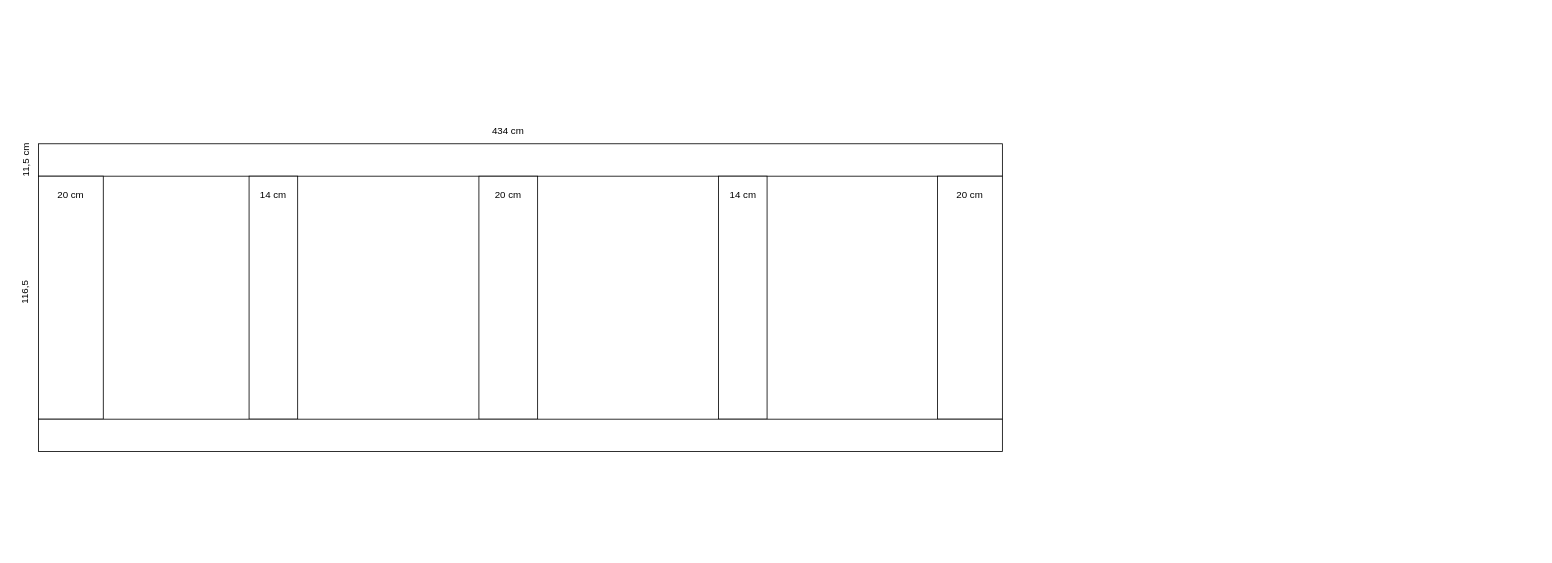
aWuttig/drawio keeps this draw.io diagram as rhombus/Unbenanntes Diagramm.drawio. Above is the earlier version. Source tidied: cells renumbered, new cells numbered last; positions are measured from the earlier drawing's top-left corner, leaving out a move shared by most shapes. Both pictures are drawn from the tidied source at 81%, with x=0, y=0 at pixel (-51, 119).
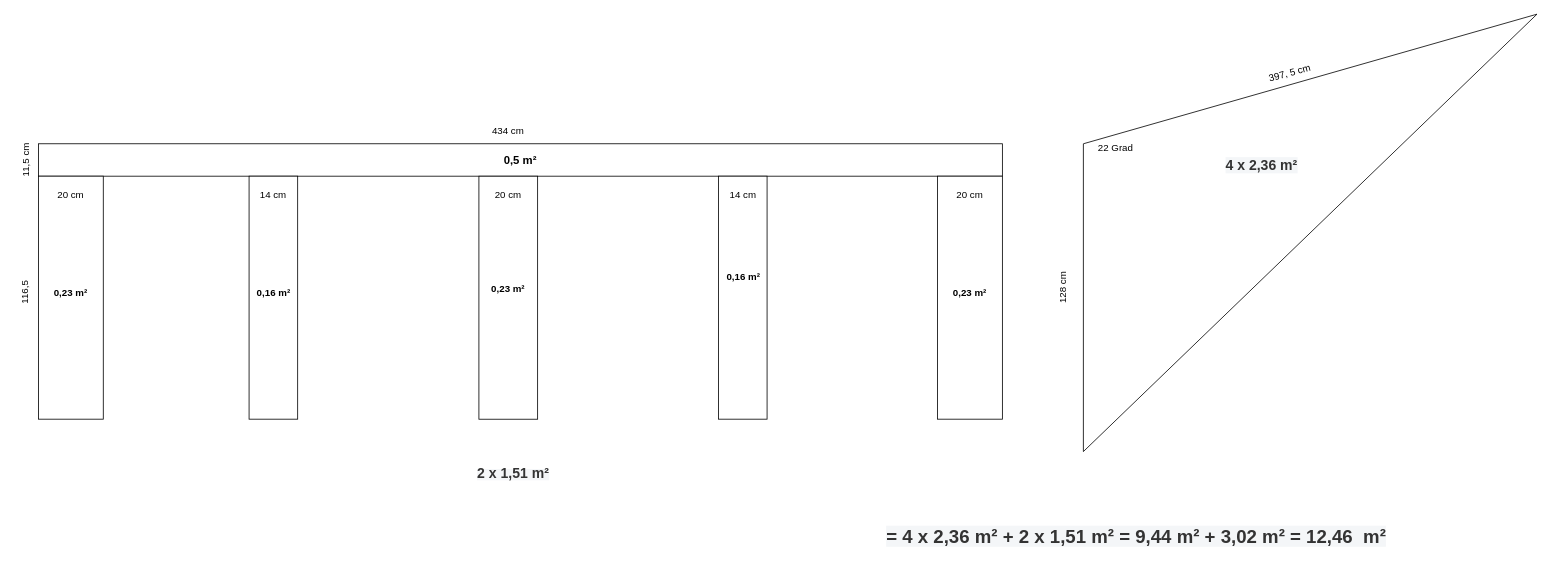
After the change.

Change to the diagram source:
```diff
@@
-    <mxCell id="2" style="rounded=0;whiteSpace=wrap;html=1;" parent="1" vertex="1">
+    <mxCell id="2" value="&lt;b&gt;&lt;font style=&quot;font-size: 14px;&quot;&gt;0,5 m²&lt;/font&gt;&lt;/b&gt;" style="rounded=0;whiteSpace=wrap;html=1;" parent="1" vertex="1">
       <mxGeometry x="110" y="30" width="1190" height="40" as="geometry" />
     </mxCell>
@@
-    <mxCell id="16" style="rounded=0;whiteSpace=wrap;html=1;" parent="1" vertex="1">
-      <mxGeometry x="110" y="370" width="1190" height="40" as="geometry" />
-    </mxCell>
+    <mxCell id="17" value="128 cm" style="text;html=1;align=center;verticalAlign=middle;whiteSpace=wrap;rounded=0;rotation=-90;" parent="1" vertex="1">
+      <mxGeometry x="1350" y="195" width="50" height="25" as="geometry" />
+    </mxCell>
+    <mxCell id="18" style="endArrow=none;html=1;rounded=0;" parent="1" edge="1">
+      <mxGeometry relative="1" as="geometry">
+        <mxPoint x="1400" y="410" as="sourcePoint" />
+        <mxPoint x="1400" y="30" as="targetPoint" />
+      </mxGeometry>
+    </mxCell>
+    <mxCell id="19" style="endArrow=none;html=1;rounded=0;" parent="1" edge="1">
+      <mxGeometry relative="1" as="geometry">
+        <mxPoint x="1400" y="410" as="sourcePoint" />
+        <mxPoint x="1960" y="-130" as="targetPoint" />
+      </mxGeometry>
+    </mxCell>
+    <mxCell id="20" style="endArrow=none;html=1;rounded=0;" parent="1" edge="1">
+      <mxGeometry relative="1" as="geometry">
+        <mxPoint x="1400" y="30" as="sourcePoint" />
+        <mxPoint x="1960" y="-130" as="targetPoint" />
+      </mxGeometry>
+    </mxCell>
+    <mxCell id="21" value="397, 5 cm" style="text;html=1;align=center;verticalAlign=middle;whiteSpace=wrap;rounded=0;rotation=-15;" parent="1" vertex="1">
+      <mxGeometry x="1590" y="-70" width="130" height="25" as="geometry" />
+    </mxCell>
+    <mxCell id="22" value="22 Grad" style="text;html=1;align=center;verticalAlign=middle;whiteSpace=wrap;rounded=0;" parent="1" vertex="1">
+      <mxGeometry x="1410" y="20" width="60" height="30" as="geometry" />
+    </mxCell>
+    <mxCell id="23" value="&lt;span style=&quot;color: rgb(51, 51, 51); font-family: Arial, sans-serif; font-size: 17.325px; font-style: normal; font-variant-ligatures: normal; font-variant-caps: normal; letter-spacing: normal; orphans: 2; text-align: right; text-indent: 0px; text-transform: none; widows: 2; word-spacing: 0px; -webkit-text-stroke-width: 0px; white-space: nowrap; background-color: rgb(244, 246, 248); text-decoration-thickness: initial; text-decoration-style: initial; text-decoration-color: initial; float: none; display: inline !important;&quot;&gt;&lt;b&gt;4 x 2,36 m²&lt;/b&gt;&lt;/span&gt;" style="text;whiteSpace=wrap;html=1;" parent="1" vertex="1">
+      <mxGeometry x="1574" y="40" width="70" height="40" as="geometry" />
+    </mxCell>
+    <mxCell id="24" value="&lt;b&gt;0,23 m²&lt;/b&gt;" style="text;html=1;align=center;verticalAlign=middle;whiteSpace=wrap;rounded=0;" parent="1" vertex="1">
+      <mxGeometry x="120" y="200" width="60" height="30" as="geometry" />
+    </mxCell>
+    <mxCell id="25" value="&lt;b&gt;0,23 m²&lt;/b&gt;" style="text;html=1;align=center;verticalAlign=middle;whiteSpace=wrap;rounded=0;" parent="1" vertex="1">
+      <mxGeometry x="1230" y="200" width="60" height="30" as="geometry" />
+    </mxCell>
+    <mxCell id="26" value="&lt;b&gt;0,16 m²&lt;/b&gt;" style="text;html=1;align=center;verticalAlign=middle;whiteSpace=wrap;rounded=0;" parent="1" vertex="1">
+      <mxGeometry x="954.5" y="180" width="50.5" height="30" as="geometry" />
+    </mxCell>
+    <mxCell id="27" value="&lt;b&gt;0,16 m²&lt;/b&gt;" style="text;html=1;align=center;verticalAlign=middle;whiteSpace=wrap;rounded=0;" parent="1" vertex="1">
+      <mxGeometry x="374.5" y="200" width="50.5" height="30" as="geometry" />
+    </mxCell>
+    <mxCell id="28" value="&lt;b&gt;0,23 m²&lt;/b&gt;" style="text;html=1;align=center;verticalAlign=middle;whiteSpace=wrap;rounded=0;" parent="1" vertex="1">
+      <mxGeometry x="660" y="195" width="60" height="30" as="geometry" />
+    </mxCell>
+    <mxCell id="29" value="&lt;span style=&quot;orphans: 2; text-align: right; text-indent: 0px; widows: 2; background-color: rgb(244, 246, 248); text-decoration-thickness: initial; text-decoration-style: initial; text-decoration-color: initial; float: none; display: inline !important;&quot;&gt;&lt;b style=&quot;color: rgb(51, 51, 51); font-family: Arial, sans-serif; font-size: 17.325px; font-style: normal; font-variant-ligatures: normal; font-variant-caps: normal; letter-spacing: normal; text-transform: none; word-spacing: 0px; -webkit-text-stroke-width: 0px; white-space: nowrap;&quot;&gt;2 x &lt;/b&gt;&lt;font face=&quot;Arial, sans-serif&quot; color=&quot;#333333&quot;&gt;&lt;span style=&quot;font-size: 17.325px; text-wrap: nowrap;&quot;&gt;&lt;b&gt;1,51&lt;/b&gt;&lt;/span&gt;&lt;/font&gt;&lt;b style=&quot;color: rgb(51, 51, 51); font-family: Arial, sans-serif; font-size: 17.325px; font-style: normal; font-variant-ligatures: normal; font-variant-caps: normal; letter-spacing: normal; text-transform: none; word-spacing: 0px; -webkit-text-stroke-width: 0px; white-space: nowrap;&quot;&gt;&amp;nbsp;m²&lt;/b&gt;&lt;/span&gt;" style="text;whiteSpace=wrap;html=1;" parent="1" vertex="1">
+      <mxGeometry x="650" y="420" width="70" height="40" as="geometry" />
+    </mxCell>
+    <mxCell id="30" value="&lt;span style=&quot;orphans: 2; text-align: right; text-indent: 0px; widows: 2; background-color: rgb(244, 246, 248); text-decoration-thickness: initial; text-decoration-style: initial; text-decoration-color: initial; float: none; font-size: 23px; display: inline !important;&quot;&gt;&lt;b&gt;&lt;span style=&quot;color: rgb(51, 51, 51); font-family: Arial, sans-serif; font-style: normal; font-variant-ligatures: normal; font-variant-caps: normal; letter-spacing: normal; text-transform: none; word-spacing: 0px; -webkit-text-stroke-width: 0px; white-space: nowrap;&quot;&gt;= 4 x 2,36&lt;/span&gt;&lt;span style=&quot;color: rgb(51, 51, 51); font-family: Arial, sans-serif; font-style: normal; font-variant-ligatures: normal; font-variant-caps: normal; letter-spacing: normal; text-transform: none; word-spacing: 0px; -webkit-text-stroke-width: 0px; white-space: nowrap;&quot;&gt;&amp;nbsp;m² + 2 x 1,51 m² = 9,44 m² + 3,02 m² = &lt;/span&gt;&lt;font style=&quot;font-size: 23px;&quot; face=&quot;Arial, sans-serif&quot; color=&quot;#333333&quot;&gt;&lt;span style=&quot;text-wrap: nowrap;&quot;&gt;12,46&lt;/span&gt;&lt;/font&gt;&lt;span style=&quot;color: rgb(51, 51, 51); font-family: Arial, sans-serif; font-style: normal; font-variant-ligatures: normal; font-variant-caps: normal; letter-spacing: normal; text-transform: none; word-spacing: 0px; -webkit-text-stroke-width: 0px; white-space: nowrap;&quot;&gt;&amp;nbsp; m²&lt;/span&gt;&lt;/b&gt;&lt;/span&gt;" style="text;whiteSpace=wrap;html=1;" parent="1" vertex="1">
+      <mxGeometry x="1155" y="495" width="570" height="30" as="geometry" />
+    </mxCell>
```
